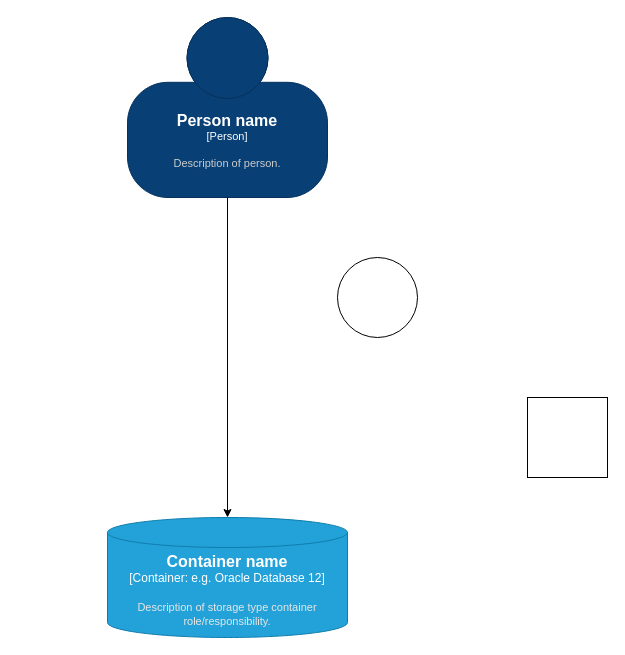
alihaddadi/threadPilot keeps this draw.io diagram as Untitled Diagram.drawio. Above is the earlier version. Source tidied: cells renumbered, new cells numbered last; positions are measured from the earlier drawing's top-left corner, leaving out a move shared by most shapes. Both pictures are drawn from the tidied source at 100%, with x=0, y=0 at pixel (107, 17).
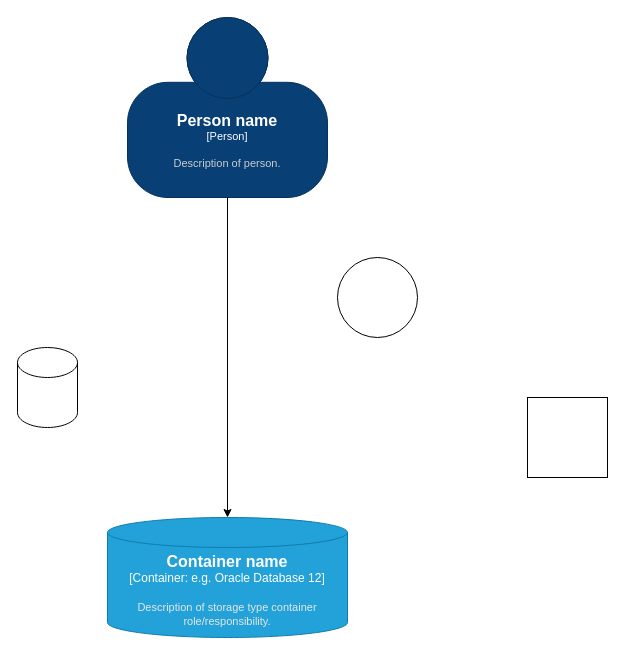
Above is the later version.

The edit, as a diff of the source:
```diff
@@
 <mxGraphModel>
   <root>
     <mxCell id="0" />
     <mxCell id="1" parent="0" />
     <object id="2" label="&lt;font style=&quot;font-size: 16px&quot;&gt;&lt;b&gt;%c4Name%&lt;/b&gt;&lt;/font&gt;&lt;div&gt;[%c4Type%:&amp;nbsp;%c4Technology%]&lt;/div&gt;&lt;br&gt;&lt;div&gt;&lt;font style=&quot;font-size: 11px&quot;&gt;&lt;font color=&quot;#E6E6E6&quot;&gt;%c4Description%&lt;/font&gt;&lt;/div&gt;" c4Description="Description of storage type container role/responsibility." c4Name="Container name" c4Technology="e.g. Oracle Database 12" c4Type="Container" placeholders="1">
       <mxCell style="shape=cylinder3;size=15;whiteSpace=wrap;html=1;boundedLbl=1;rounded=0;labelBackgroundColor=none;fillColor=#23A2D9;fontSize=12;fontColor=#ffffff;align=center;strokeColor=#0E7DAD;points=[[0.5,0,0],[1,0.25,0],[1,0.5,0],[1,0.75,0],[0.5,1,0],[0,0.75,0],[0,0.5,0],[0,0.25,0]];" parent="1" vertex="1">
         <mxGeometry y="500" width="240" height="120" as="geometry" />
       </mxCell>
     </object>
     <object id="3" label="&lt;font style=&quot;font-size: 16px&quot;&gt;&lt;b&gt;%c4Name%&lt;/b&gt;&lt;/font&gt;&lt;div&gt;[%c4Type%]&lt;/div&gt;&lt;br&gt;&lt;div&gt;&lt;font style=&quot;font-size: 11px&quot;&gt;&lt;font color=&quot;#cccccc&quot;&gt;%c4Description%&lt;/font&gt;&lt;/div&gt;" c4Description="Description of person." c4Name="Person name" c4Type="Person" placeholders="1">
       <mxCell style="html=1;fontSize=11;dashed=0;whiteSpace=wrap;fillColor=#083F75;strokeColor=#06315C;fontColor=#ffffff;shape=mxgraph.c4.person2;align=center;points=[[0.5,0,0],[1,0.5,0],[1,0.75,0],[0.75,1,0],[0.5,1,0],[0.25,1,0],[0,0.75,0],[0,0.5,0]];" parent="1" vertex="1">
         <mxGeometry x="20" width="200" height="180" as="geometry" />
       </mxCell>
     </object>
     <mxCell id="4" style="edgeStyle=orthogonalEdgeStyle;rounded=0;jettySize=auto;html=1;entryX=0.5;entryY=0;entryDx=0;entryDy=0;entryPerimeter=0;" parent="1" edge="1" source="3" target="2">
       <mxGeometry relative="1" as="geometry" />
     </mxCell>
     <mxCell id="5" style="ellipse;whiteSpace=wrap;html=1;" parent="1" vertex="1">
       <mxGeometry x="230" y="240" width="80" height="80" as="geometry" />
     </mxCell>
     <mxCell id="6" style="whiteSpace=wrap;html=1;" parent="1" vertex="1">
       <mxGeometry x="420" y="380" width="80" height="80" as="geometry" />
     </mxCell>
+    <mxCell id="7" style="shape=cylinder3;whiteSpace=wrap;html=1;boundedLbl=1;backgroundOutline=1;size=15;" parent="1" vertex="1">
+      <mxGeometry x="-90" y="330" width="60" height="80" as="geometry" />
+    </mxCell>
   </root>
 </mxGraphModel>
```
